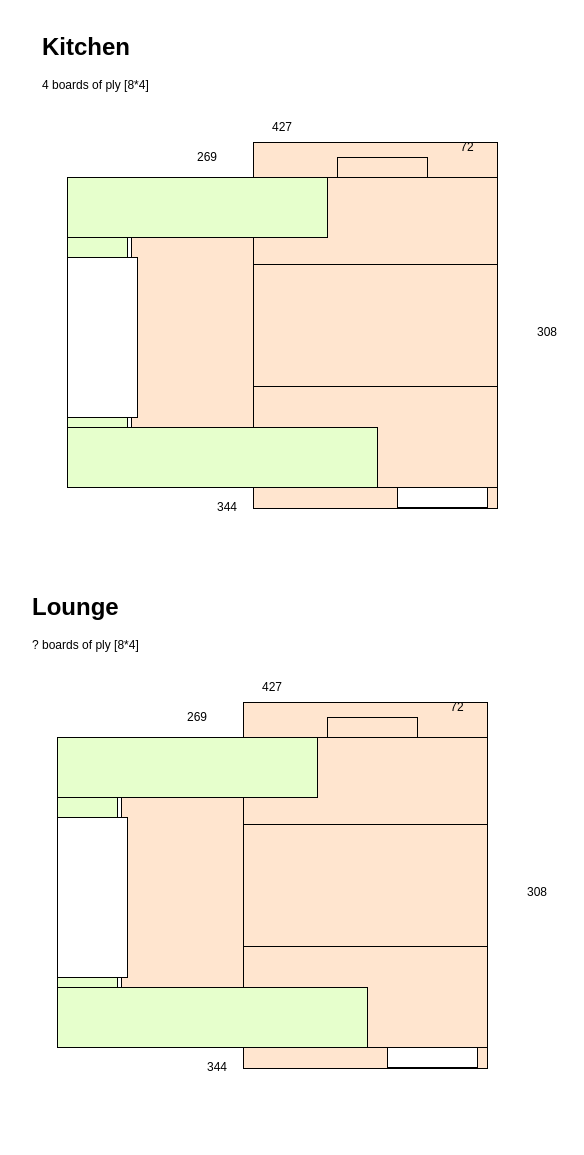
Before: Untitled Diagram.drawio in stevieholmes/github-slideshow, a draw.io diagram. Source tidied: cells renumbered, new cells numbered last; positions are measured from the earlier drawing's top-left corner, leaving out a move shared by most shapes. Both pictures are drawn from the tidied source at 100%, with x=0, y=0 at pixel (27, 27).
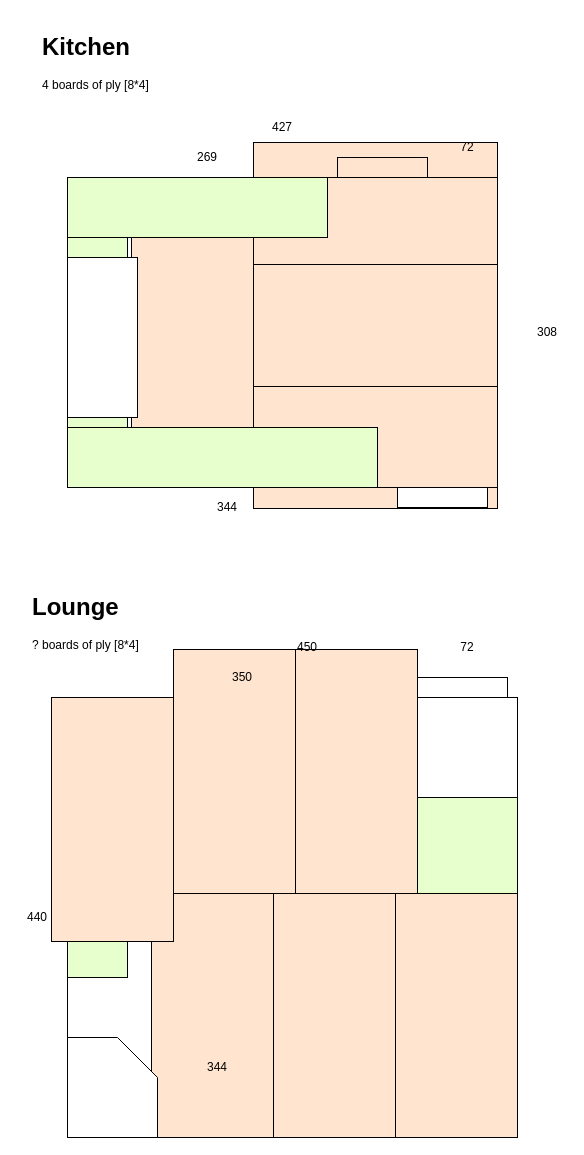
After the change.

Change to the diagram source:
```diff
@@
+    <mxCell id="24" style="rounded=0;whiteSpace=wrap;html=1;fillColor=none;" parent="1" vertex="1">
+      <mxGeometry x="40" y="670" width="450" height="440" as="geometry" />
+    </mxCell>
@@
-    <mxCell id="20" style="rounded=0;whiteSpace=wrap;html=1;fillColor=#FFE5CF;rotation=-90;" parent="1" vertex="1">
-      <mxGeometry x="277" y="858" width="122" height="244" as="geometry" />
+    <mxCell id="20" style="rounded=0;whiteSpace=wrap;html=1;fillColor=#FFE5CF;rotation=-180;" parent="1" vertex="1">
+      <mxGeometry x="146" y="622" width="122" height="244" as="geometry" />
     </mxCell>
-    <mxCell id="21" style="rounded=0;whiteSpace=wrap;html=1;fillColor=#FFE5CF;" parent="1" vertex="1">
-      <mxGeometry x="94" y="770" width="122" height="244" as="geometry" />
+    <mxCell id="21" style="rounded=0;whiteSpace=wrap;html=1;fillColor=#FFE5CF;rotation=0;" parent="1" vertex="1">
+      <mxGeometry x="268" y="622" width="122" height="244" as="geometry" />
     </mxCell>
-    <mxCell id="22" style="rounded=0;whiteSpace=wrap;html=1;fillColor=#FFE5CF;rotation=-90;" parent="1" vertex="1">
-      <mxGeometry x="277" y="614" width="122" height="244" as="geometry" />
+    <mxCell id="22" style="rounded=0;whiteSpace=wrap;html=1;fillColor=#FFE5CF;rotation=0;" parent="1" vertex="1">
+      <mxGeometry x="246" y="866" width="122" height="244" as="geometry" />
     </mxCell>
-    <mxCell id="23" style="rounded=0;whiteSpace=wrap;html=1;fillColor=#FFE5CF;rotation=-90;" parent="1" vertex="1">
-      <mxGeometry x="277" y="736" width="122" height="244" as="geometry" />
+    <mxCell id="23" style="rounded=0;whiteSpace=wrap;html=1;fillColor=#FFE5CF;rotation=0;" parent="1" vertex="1">
+      <mxGeometry x="124" y="866" width="122" height="244" as="geometry" />
     </mxCell>
-    <mxCell id="24" style="rounded=0;whiteSpace=wrap;html=1;fillColor=none;" parent="1" vertex="1">
-      <mxGeometry x="30" y="710" width="430" height="310" as="geometry" />
-    </mxCell>
-    <mxCell id="25" style="rounded=0;whiteSpace=wrap;html=1;fillColor=none;" parent="1" vertex="1">
-      <mxGeometry x="300" y="690" width="90" height="20" as="geometry" />
-    </mxCell>
-    <mxCell id="26" value="427" style="text;html=1;strokeColor=none;fillColor=none;align=center;verticalAlign=middle;whiteSpace=wrap;rounded=0;" parent="1" vertex="1">
-      <mxGeometry x="225" y="650" width="40" height="20" as="geometry" />
+    <mxCell id="26" value="450" style="text;html=1;strokeColor=none;fillColor=none;align=center;verticalAlign=middle;whiteSpace=wrap;rounded=0;" parent="1" vertex="1">
+      <mxGeometry x="260" y="610" width="40" height="20" as="geometry" />
     </mxCell>
-    <mxCell id="27" style="rounded=0;whiteSpace=wrap;html=1;" parent="1" vertex="1">
-      <mxGeometry x="360" y="1020" width="90" height="20" as="geometry" />
-    </mxCell>
@@
-    <mxCell id="29" value="269" style="text;html=1;strokeColor=none;fillColor=none;align=center;verticalAlign=middle;whiteSpace=wrap;rounded=0;" parent="1" vertex="1">
-      <mxGeometry x="150" y="680" width="40" height="20" as="geometry" />
+    <mxCell id="29" value="350" style="text;html=1;strokeColor=none;fillColor=none;align=center;verticalAlign=middle;whiteSpace=wrap;rounded=0;" parent="1" vertex="1">
+      <mxGeometry x="195" y="640" width="40" height="20" as="geometry" />
     </mxCell>
     <mxCell id="30" value="72" style="text;html=1;strokeColor=none;fillColor=none;align=center;verticalAlign=middle;whiteSpace=wrap;rounded=0;" parent="1" vertex="1">
-      <mxGeometry x="410" y="670" width="40" height="20" as="geometry" />
+      <mxGeometry x="420" y="610" width="40" height="20" as="geometry" />
     </mxCell>
-    <mxCell id="31" value="308" style="text;html=1;strokeColor=none;fillColor=none;align=center;verticalAlign=middle;whiteSpace=wrap;rounded=0;" parent="1" vertex="1">
-      <mxGeometry x="490" y="855" width="40" height="20" as="geometry" />
+    <mxCell id="31" value="440" style="text;html=1;strokeColor=none;fillColor=none;align=center;verticalAlign=middle;whiteSpace=wrap;rounded=0;" parent="1" vertex="1">
+      <mxGeometry x="-10" y="880" width="40" height="20" as="geometry" />
     </mxCell>
-    <mxCell id="32" style="rounded=0;whiteSpace=wrap;html=1;" parent="1" vertex="1">
-      <mxGeometry x="30" y="790" width="70" height="160" as="geometry" />
-    </mxCell>
     <mxCell id="33" style="rounded=0;whiteSpace=wrap;html=1;fillColor=#E6FFCC;" parent="1" vertex="1">
-      <mxGeometry x="30" y="710" width="260" height="60" as="geometry" />
+      <mxGeometry x="390" y="770" width="100" height="220" as="geometry" />
     </mxCell>
-    <mxCell id="34" style="rounded=0;whiteSpace=wrap;html=1;fillColor=#E6FFCC;" parent="1" vertex="1">
-      <mxGeometry x="30" y="960" width="310" height="60" as="geometry" />
-    </mxCell>
-    <mxCell id="35" style="rounded=0;whiteSpace=wrap;html=1;fillColor=#E6FFCC;" parent="1" vertex="1">
-      <mxGeometry x="30" y="950" width="60" height="10" as="geometry" />
-    </mxCell>
     <mxCell id="36" style="rounded=0;whiteSpace=wrap;html=1;fillColor=#E6FFCC;" parent="1" vertex="1">
-      <mxGeometry x="30" y="770" width="60" height="20" as="geometry" />
+      <mxGeometry x="40" y="766" width="60" height="184" as="geometry" />
     </mxCell>
@@
+    <mxCell id="38" style="shape=card;whiteSpace=wrap;html=1;rotation=90;size=40;" parent="1" vertex="1">
+      <mxGeometry x="35" y="1015" width="100" height="90" as="geometry" />
+    </mxCell>
+    <mxCell id="39" style="rounded=0;whiteSpace=wrap;html=1;fillColor=#E6FFCC;" parent="1" vertex="1">
+      <mxGeometry x="40" y="670" width="20" height="10" as="geometry" />
+    </mxCell>
+    <mxCell id="40" style="rounded=0;whiteSpace=wrap;html=1;fillColor=#FFE5CF;rotation=0;" parent="1" vertex="1">
+      <mxGeometry x="24" y="670" width="122" height="244" as="geometry" />
+    </mxCell>
+    <mxCell id="41" style="rounded=0;whiteSpace=wrap;html=1;fillColor=#FFE5CF;rotation=0;" parent="1" vertex="1">
+      <mxGeometry x="368" y="866" width="122" height="244" as="geometry" />
+    </mxCell>
+    <mxCell id="42" style="rounded=0;whiteSpace=wrap;html=1;" parent="1" vertex="1">
+      <mxGeometry x="390" y="650" width="90" height="20" as="geometry" />
+    </mxCell>
```
